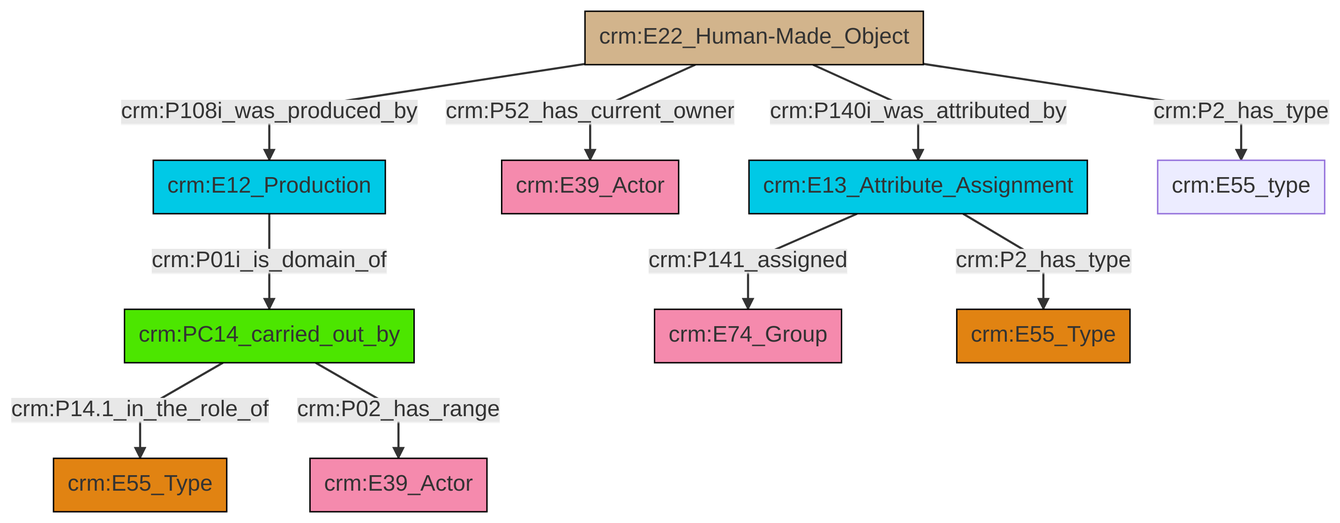
Earlier version of the Mermaid export et/builtWorkCSV/ttl/mmd/png/Built_Work_actor_relations.png (swiss-art-research-net/reference-data-models). Its source is kept beside it as et/builtWorkCSV/ttl/mmd/Built_Work_actor_relations.ttl.mmd.
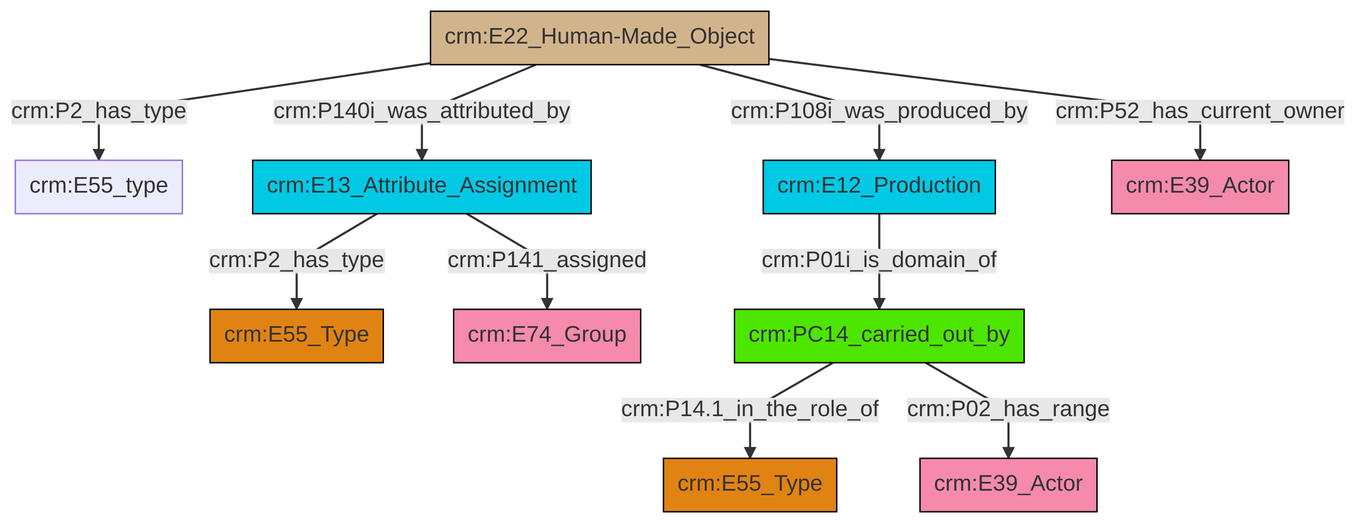
After the commit.

Change to the diagram source:
```diff
@@ -13,12 +13,12 @@
 classDef PC_Classes fill:#4ce600, stroke:#000000;
 classDef Multi fill:#cccccc,stroke:#000000;
 
-0["crm:E22_Human-Made_Object"]:::Physical_Thing -->|crm:P140i_was_attributed_by| 6["crm:E13_Attribute_Assignment"]:::Temporal_Entity
-2["crm:PC14_carried_out_by"]:::PC_Classes -->|crm:P14.1_in_the_role_of| 7["crm:E55_Type"]:::Type
-2["crm:PC14_carried_out_by"]:::PC_Classes -->|crm:P02_has_range| 10["crm:E39_Actor"]:::Actor
-0["crm:E22_Human-Made_Object"]:::Physical_Thing -->|crm:P52_has_current_owner| 11["crm:E39_Actor"]:::Actor
-0["crm:E22_Human-Made_Object"]:::Physical_Thing -->|crm:P108i_was_produced_by| 12["crm:E12_Production"]:::Temporal_Entity
-0["crm:E22_Human-Made_Object"]:::Physical_Thing -->|crm:P2_has_type| 13["crm:E55_type"]:::Default
-6["crm:E13_Attribute_Assignment"]:::Temporal_Entity -->|crm:P2_has_type| 8["crm:E55_Type"]:::Type
-6["crm:E13_Attribute_Assignment"]:::Temporal_Entity -->|crm:P141_assigned| 4["crm:E74_Group"]:::Actor
-12["crm:E12_Production"]:::Temporal_Entity -->|crm:P01i_is_domain_of| 2["crm:PC14_carried_out_by"]:::PC_Classes
+6["crm:E22_Human-Made_Object"]:::Physical_Thing -->|crm:P2_has_type| 7["crm:E55_type"]:::Default
+10["crm:PC14_carried_out_by"]:::PC_Classes -->|crm:P14.1_in_the_role_of| 4["crm:E55_Type"]:::Type
+8["crm:E13_Attribute_Assignment"]:::Temporal_Entity -->|crm:P141_assigned| 2["crm:E74_Group"]:::Actor
+6["crm:E22_Human-Made_Object"]:::Physical_Thing -->|crm:P108i_was_produced_by| 11["crm:E12_Production"]:::Temporal_Entity
+6["crm:E22_Human-Made_Object"]:::Physical_Thing -->|crm:P140i_was_attributed_by| 8["crm:E13_Attribute_Assignment"]:::Temporal_Entity
+6["crm:E22_Human-Made_Object"]:::Physical_Thing -->|crm:P52_has_current_owner| 14["crm:E39_Actor"]:::Actor
+11["crm:E12_Production"]:::Temporal_Entity -->|crm:P01i_is_domain_of| 10["crm:PC14_carried_out_by"]:::PC_Classes
+10["crm:PC14_carried_out_by"]:::PC_Classes -->|crm:P02_has_range| 19["crm:E39_Actor"]:::Actor
+8["crm:E13_Attribute_Assignment"]:::Temporal_Entity -->|crm:P2_has_type| 0["crm:E55_Type"]:::Type
```
